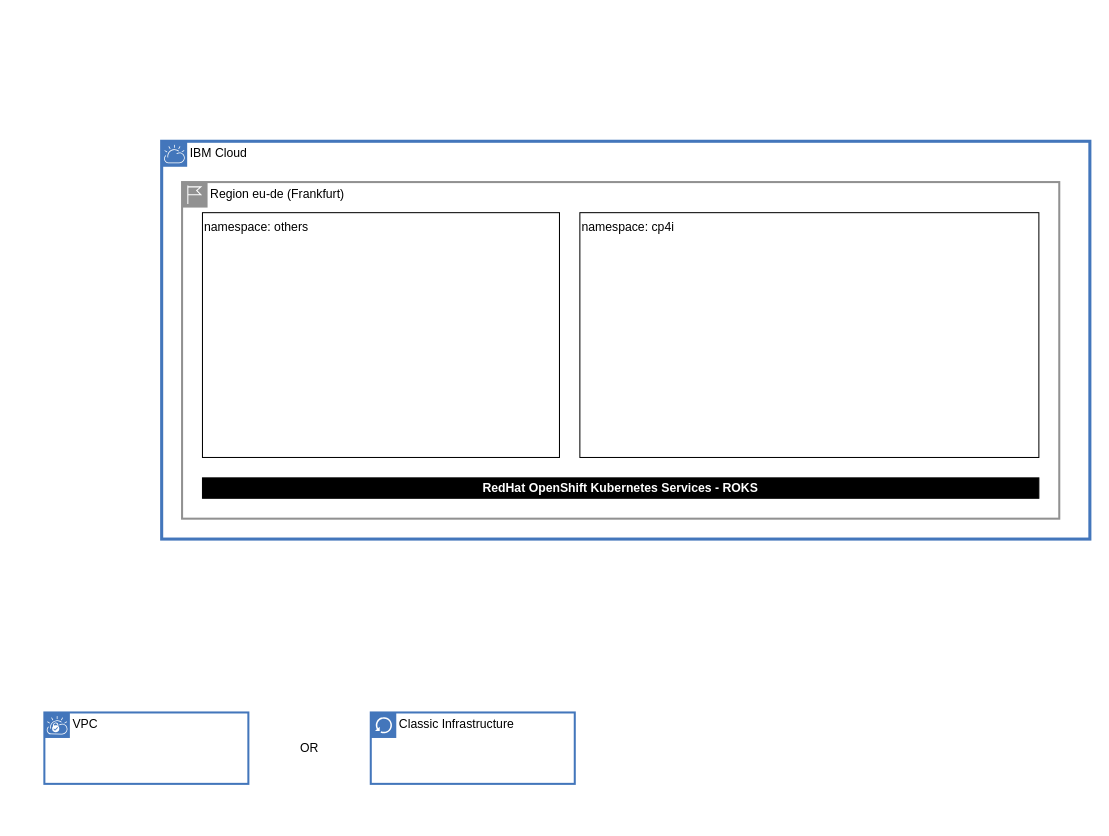
Above: page "Capabilities" (1 of 2) of doc/design.drawio in ADesprets/cp4i-install (draw.io), before the change. Source tidied: cells renumbered, new cells numbered last; positions are measured from the earlier drawing's top-left corner, leaving out a move shared by most shapes. Both pictures are drawn from the tidied source at 102%, with x=0, y=0 at pixel (44, 141).
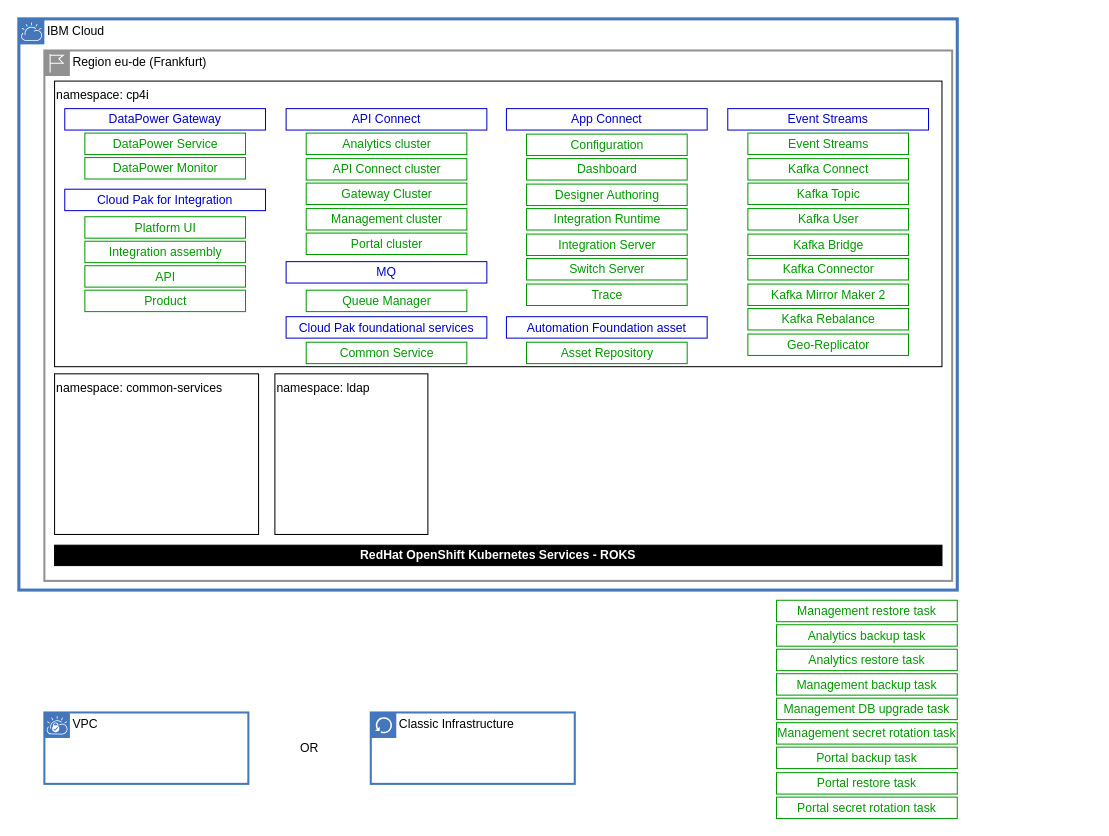
The same page after the edit.

Diff of the diagram source:
```diff
@@
     <mxCell id="2" value="IBM Cloud" style="shape=mxgraph.ibm.box;prType=cloud;fontStyle=0;verticalAlign=top;align=left;spacingLeft=32;spacingTop=4;fillColor=none;rounded=0;whiteSpace=wrap;html=1;strokeColor=#4376BB;strokeWidth=3;dashed=0;spacing=-4;" parent="1" vertex="1">
-      <mxGeometry x="115" width="910" height="390" as="geometry" />
+      <mxGeometry x="-25" y="-120" width="920" height="560" as="geometry" />
     </mxCell>
     <mxCell id="3" value="Region eu-de (Frankfurt)" style="shape=mxgraph.ibm.box;prType=region;fontStyle=0;verticalAlign=top;align=left;spacingLeft=32;spacingTop=4;fillColor=none;rounded=0;whiteSpace=wrap;html=1;strokeColor=#919191;strokeWidth=2;dashed=0;spacing=-4;" parent="2" vertex="1">
-      <mxGeometry x="20" y="40" width="860" height="330" as="geometry" />
+      <mxGeometry x="25" y="31" width="890" height="520" as="geometry" />
     </mxCell>
     <mxCell id="4" value="RedHat OpenShift Kubernetes Services - ROKS" style="rounded=0;whiteSpace=wrap;html=1;fillColor=#000000;fontColor=#FFFFFF;fontStyle=1;" parent="3" vertex="1">
-      <mxGeometry x="20" y="290" width="820" height="20" as="geometry" />
+      <mxGeometry x="10" y="485" width="870" height="20" as="geometry" />
     </mxCell>
     <mxCell id="5" value="namespace: cp4i" style="rounded=0;whiteSpace=wrap;html=1;fontColor=#000000;fillColor=#FFFFFF;align=left;verticalAlign=top;" parent="3" vertex="1">
-      <mxGeometry x="390" y="30" width="450" height="240" as="geometry" />
+      <mxGeometry x="10" y="30" width="870" height="280" as="geometry" />
     </mxCell>
-    <mxCell id="6" value="namespace: others" style="rounded=0;whiteSpace=wrap;html=1;fontColor=#000000;fillColor=#FFFFFF;align=left;verticalAlign=top;" parent="3" vertex="1">
-      <mxGeometry x="20" y="30" width="350" height="240" as="geometry" />
+    <mxCell id="6" value="namespace: ldap" style="rounded=0;whiteSpace=wrap;html=1;fontColor=#000000;fillColor=#FFFFFF;align=left;verticalAlign=top;" parent="3" vertex="1">
+      <mxGeometry x="226" y="317" width="150" height="157.5" as="geometry" />
     </mxCell>
+    <mxCell id="10" value="namespace: common-services" style="rounded=0;whiteSpace=wrap;html=1;fontColor=#000000;fillColor=#FFFFFF;align=left;verticalAlign=top;" parent="3" vertex="1">
+      <mxGeometry x="10" y="317" width="200" height="157.5" as="geometry" />
+    </mxCell>
+    <mxCell id="11" value="DataPower Service" style="rounded=0;whiteSpace=wrap;html=1;fillColor=#FFFFFF;strokeColor=#009900;fontColor=#009900;" parent="3" vertex="1">
+      <mxGeometry x="39.7" y="81" width="157.5" height="21" as="geometry" />
+    </mxCell>
+    <mxCell id="12" value="DataPower Monitor" style="rounded=0;whiteSpace=wrap;html=1;fillColor=#FFFFFF;strokeColor=#009900;fontColor=#009900;" parent="3" vertex="1">
+      <mxGeometry x="39.7" y="105" width="157.5" height="21" as="geometry" />
+    </mxCell>
+    <mxCell id="13" value="Event Streams" style="rounded=0;whiteSpace=wrap;html=1;fillColor=#FFFFFF;strokeColor=#0000CC;fontColor=#0000CC;" parent="3" vertex="1">
+      <mxGeometry x="670" y="57" width="196.8" height="21" as="geometry" />
+    </mxCell>
+    <mxCell id="14" value="Analytics cluster" style="rounded=0;whiteSpace=wrap;html=1;fillColor=#FFFFFF;strokeColor=#009900;fontColor=#009900;" parent="3" vertex="1">
+      <mxGeometry x="256.7" y="81" width="157.5" height="21" as="geometry" />
+    </mxCell>
+    <mxCell id="15" value="API Connect cluster" style="rounded=0;whiteSpace=wrap;html=1;fillColor=#FFFFFF;strokeColor=#009900;fontColor=#009900;" parent="3" vertex="1">
+      <mxGeometry x="256.7" y="106" width="157.5" height="21" as="geometry" />
+    </mxCell>
+    <mxCell id="16" value="Gateway Cluster" style="rounded=0;whiteSpace=wrap;html=1;fillColor=#FFFFFF;strokeColor=#009900;fontColor=#009900;" parent="3" vertex="1">
+      <mxGeometry x="256.7" y="130" width="157.5" height="21" as="geometry" />
+    </mxCell>
+    <mxCell id="17" value="Management cluster" style="rounded=0;whiteSpace=wrap;html=1;fillColor=#FFFFFF;strokeColor=#009900;fontColor=#009900;" parent="3" vertex="1">
+      <mxGeometry x="256.7" y="155" width="157.5" height="21" as="geometry" />
+    </mxCell>
+    <mxCell id="18" value="Portal cluster" style="rounded=0;whiteSpace=wrap;html=1;fillColor=#FFFFFF;strokeColor=#009900;fontColor=#009900;" parent="3" vertex="1">
+      <mxGeometry x="256.7" y="179" width="157.5" height="21" as="geometry" />
+    </mxCell>
+    <mxCell id="19" value="Automation Foundation asset" style="rounded=0;whiteSpace=wrap;html=1;fillColor=#FFFFFF;strokeColor=#0000CC;fontColor=#0000CC;" parent="3" vertex="1">
+      <mxGeometry x="453" y="261" width="196.8" height="21" as="geometry" />
+    </mxCell>
+    <mxCell id="20" value="Configuration" style="rounded=0;whiteSpace=wrap;html=1;fillColor=#FFFFFF;strokeColor=#009900;fontColor=#009900;" parent="3" vertex="1">
+      <mxGeometry x="472.7" y="82" width="157.5" height="21" as="geometry" />
+    </mxCell>
+    <mxCell id="21" value="Dashboard" style="rounded=0;whiteSpace=wrap;html=1;fillColor=#FFFFFF;strokeColor=#009900;fontColor=#009900;" parent="3" vertex="1">
+      <mxGeometry x="472.7" y="106" width="157.5" height="21" as="geometry" />
+    </mxCell>
+    <mxCell id="22" value="Designer Authoring" style="rounded=0;whiteSpace=wrap;html=1;fillColor=#FFFFFF;strokeColor=#009900;fontColor=#009900;" parent="3" vertex="1">
+      <mxGeometry x="472.7" y="131" width="157.5" height="21" as="geometry" />
+    </mxCell>
+    <mxCell id="23" value="Integration Runtime" style="rounded=0;whiteSpace=wrap;html=1;fillColor=#FFFFFF;strokeColor=#009900;fontColor=#009900;" parent="3" vertex="1">
+      <mxGeometry x="472.7" y="155" width="157.5" height="21" as="geometry" />
+    </mxCell>
+    <mxCell id="24" value="Integration Server" style="rounded=0;whiteSpace=wrap;html=1;fillColor=#FFFFFF;strokeColor=#009900;fontColor=#009900;" parent="3" vertex="1">
+      <mxGeometry x="472.7" y="180" width="157.5" height="21" as="geometry" />
+    </mxCell>
+    <mxCell id="25" value="Switch Server" style="rounded=0;whiteSpace=wrap;html=1;fillColor=#FFFFFF;strokeColor=#009900;fontColor=#009900;" parent="3" vertex="1">
+      <mxGeometry x="472.7" y="204" width="157.5" height="21" as="geometry" />
+    </mxCell>
+    <mxCell id="26" value="Trace" style="rounded=0;whiteSpace=wrap;html=1;fillColor=#FFFFFF;strokeColor=#009900;fontColor=#009900;" parent="3" vertex="1">
+      <mxGeometry x="472.7" y="229" width="157.5" height="21" as="geometry" />
+    </mxCell>
+    <mxCell id="27" value="Common Service" style="rounded=0;whiteSpace=wrap;html=1;fillColor=#FFFFFF;strokeColor=#009900;fontColor=#009900;" parent="3" vertex="1">
+      <mxGeometry x="256.7" y="286" width="157.5" height="21" as="geometry" />
+    </mxCell>
+    <mxCell id="28" value="&lt;span style=&quot;font-family: Helvetica; font-size: 12px; font-style: normal; font-variant-ligatures: normal; font-variant-caps: normal; font-weight: 400; letter-spacing: normal; orphans: 2; text-align: center; text-indent: 0px; text-transform: none; widows: 2; word-spacing: 0px; -webkit-text-stroke-width: 0px; background-color: rgb(251, 251, 251); text-decoration-thickness: initial; text-decoration-style: initial; text-decoration-color: initial; float: none; display: inline !important;&quot;&gt;DataPower Gateway&lt;/span&gt;" style="rounded=0;whiteSpace=wrap;html=1;fillColor=#FFFFFF;strokeColor=#0000CC;fontColor=#0000CC;" parent="3" vertex="1">
+      <mxGeometry x="20" y="57" width="196.8" height="21" as="geometry" />
+    </mxCell>
+    <mxCell id="29" value="API Connect" style="rounded=0;whiteSpace=wrap;html=1;fillColor=#FFFFFF;strokeColor=#0000CC;fontColor=#0000CC;" parent="3" vertex="1">
+      <mxGeometry x="237" y="57" width="196.8" height="21" as="geometry" />
+    </mxCell>
+    <mxCell id="30" value="App Connect" style="rounded=0;whiteSpace=wrap;html=1;fillColor=#FFFFFF;strokeColor=#0000CC;fontColor=#0000CC;" parent="3" vertex="1">
+      <mxGeometry x="453" y="57" width="196.8" height="21" as="geometry" />
+    </mxCell>
+    <mxCell id="31" value="Cloud Pak foundational services" style="rounded=0;whiteSpace=wrap;html=1;fillColor=#FFFFFF;strokeColor=#0000CC;fontColor=#0000CC;" parent="3" vertex="1">
+      <mxGeometry x="237" y="261" width="196.8" height="21" as="geometry" />
+    </mxCell>
+    <mxCell id="32" value="Cloud Pak for Integration" style="rounded=0;whiteSpace=wrap;html=1;fillColor=#FFFFFF;strokeColor=#0000CC;fontColor=#0000CC;" parent="3" vertex="1">
+      <mxGeometry x="20" y="136" width="196.8" height="21" as="geometry" />
+    </mxCell>
+    <mxCell id="33" value="MQ" style="rounded=0;whiteSpace=wrap;html=1;fillColor=#FFFFFF;strokeColor=#0000CC;fontColor=#0000CC;" parent="3" vertex="1">
+      <mxGeometry x="237" y="207" width="196.8" height="21" as="geometry" />
+    </mxCell>
+    <mxCell id="34" value="Event Streams" style="rounded=0;whiteSpace=wrap;html=1;fillColor=#FFFFFF;strokeColor=#009900;fontColor=#009900;" parent="3" vertex="1">
+      <mxGeometry x="689.7" y="81" width="157.5" height="21" as="geometry" />
+    </mxCell>
+    <mxCell id="35" value="Kafka Connect" style="rounded=0;whiteSpace=wrap;html=1;fillColor=#FFFFFF;strokeColor=#009900;fontColor=#009900;" parent="3" vertex="1">
+      <mxGeometry x="689.7" y="106" width="157.5" height="21" as="geometry" />
+    </mxCell>
+    <mxCell id="36" value="Kafka Topic" style="rounded=0;whiteSpace=wrap;html=1;fillColor=#FFFFFF;strokeColor=#009900;fontColor=#009900;" parent="3" vertex="1">
+      <mxGeometry x="689.7" y="130" width="157.5" height="21" as="geometry" />
+    </mxCell>
+    <mxCell id="37" value="Kafka User" style="rounded=0;whiteSpace=wrap;html=1;fillColor=#FFFFFF;strokeColor=#009900;fontColor=#009900;" parent="3" vertex="1">
+      <mxGeometry x="689.7" y="155" width="157.5" height="21" as="geometry" />
+    </mxCell>
+    <mxCell id="38" value="Kafka Bridge" style="rounded=0;whiteSpace=wrap;html=1;fillColor=#FFFFFF;strokeColor=#009900;fontColor=#009900;" parent="3" vertex="1">
+      <mxGeometry x="689.7" y="180" width="157.5" height="21" as="geometry" />
+    </mxCell>
+    <mxCell id="39" value="Kafka Connector" style="rounded=0;whiteSpace=wrap;html=1;fillColor=#FFFFFF;strokeColor=#009900;fontColor=#009900;" parent="3" vertex="1">
+      <mxGeometry x="689.7" y="204" width="157.5" height="21" as="geometry" />
+    </mxCell>
+    <mxCell id="40" value="Kafka Mirror Maker 2" style="rounded=0;whiteSpace=wrap;html=1;fillColor=#FFFFFF;strokeColor=#009900;fontColor=#009900;" parent="3" vertex="1">
+      <mxGeometry x="689.7" y="229" width="157.5" height="21" as="geometry" />
+    </mxCell>
+    <mxCell id="41" value="Kafka Rebalance" style="rounded=0;whiteSpace=wrap;html=1;fillColor=#FFFFFF;strokeColor=#009900;fontColor=#009900;" parent="3" vertex="1">
+      <mxGeometry x="689.7" y="253" width="157.5" height="21" as="geometry" />
+    </mxCell>
+    <mxCell id="42" value="Geo-Replicator" style="rounded=0;whiteSpace=wrap;html=1;fillColor=#FFFFFF;strokeColor=#009900;fontColor=#009900;" parent="3" vertex="1">
+      <mxGeometry x="689.7" y="278" width="157.5" height="21" as="geometry" />
+    </mxCell>
+    <mxCell id="43" value="Asset Repository" style="rounded=0;whiteSpace=wrap;html=1;fillColor=#FFFFFF;strokeColor=#009900;fontColor=#009900;" parent="3" vertex="1">
+      <mxGeometry x="472.7" y="286" width="157.5" height="21" as="geometry" />
+    </mxCell>
+    <mxCell id="44" value="Platform UI" style="rounded=0;whiteSpace=wrap;html=1;fillColor=#FFFFFF;strokeColor=#009900;fontColor=#009900;" parent="3" vertex="1">
+      <mxGeometry x="39.7" y="163" width="157.5" height="21" as="geometry" />
+    </mxCell>
+    <mxCell id="45" value="Integration assembly" style="rounded=0;whiteSpace=wrap;html=1;fillColor=#FFFFFF;strokeColor=#009900;fontColor=#009900;" parent="3" vertex="1">
+      <mxGeometry x="39.7" y="187" width="157.5" height="21" as="geometry" />
+    </mxCell>
+    <mxCell id="46" value="API" style="rounded=0;whiteSpace=wrap;html=1;fillColor=#FFFFFF;strokeColor=#009900;fontColor=#009900;" parent="3" vertex="1">
+      <mxGeometry x="39.7" y="211" width="157.5" height="21" as="geometry" />
+    </mxCell>
+    <mxCell id="47" value="Product" style="rounded=0;whiteSpace=wrap;html=1;fillColor=#FFFFFF;strokeColor=#009900;fontColor=#009900;" parent="3" vertex="1">
+      <mxGeometry x="39.7" y="235" width="157.5" height="21" as="geometry" />
+    </mxCell>
+    <mxCell id="48" value="Queue Manager" style="rounded=0;whiteSpace=wrap;html=1;fillColor=#FFFFFF;strokeColor=#009900;fontColor=#009900;" parent="3" vertex="1">
+      <mxGeometry x="256.7" y="235" width="157.5" height="21" as="geometry" />
+    </mxCell>
@@
+    <mxCell id="49" value="Management restore task" style="rounded=0;whiteSpace=wrap;html=1;fillColor=#FFFFFF;strokeColor=#009900;fontColor=#009900;" parent="1" vertex="1">
+      <mxGeometry x="717.8" y="450" width="177.2" height="21" as="geometry" />
+    </mxCell>
+    <mxCell id="50" value="Analytics backup task" style="rounded=0;whiteSpace=wrap;html=1;fillColor=#FFFFFF;strokeColor=#009900;fontColor=#009900;" parent="1" vertex="1">
+      <mxGeometry x="717.8" y="474" width="177.2" height="21" as="geometry" />
+    </mxCell>
+    <mxCell id="51" value="Analytics restore task" style="rounded=0;whiteSpace=wrap;html=1;fillColor=#FFFFFF;strokeColor=#009900;fontColor=#009900;" parent="1" vertex="1">
+      <mxGeometry x="717.8" y="498" width="177.2" height="21" as="geometry" />
+    </mxCell>
+    <mxCell id="52" value="Management backup task" style="rounded=0;whiteSpace=wrap;html=1;fillColor=#FFFFFF;strokeColor=#009900;fontColor=#009900;" parent="1" vertex="1">
+      <mxGeometry x="717.8" y="522" width="177.2" height="21" as="geometry" />
+    </mxCell>
+    <mxCell id="53" value="Management DB upgrade task" style="rounded=0;whiteSpace=wrap;html=1;fillColor=#FFFFFF;strokeColor=#009900;fontColor=#009900;" parent="1" vertex="1">
+      <mxGeometry x="717.8" y="546" width="177.2" height="21" as="geometry" />
+    </mxCell>
+    <mxCell id="54" value="Management secret rotation task" style="rounded=0;whiteSpace=wrap;html=1;fillColor=#FFFFFF;strokeColor=#009900;fontColor=#009900;" parent="1" vertex="1">
+      <mxGeometry x="717.8" y="570" width="177.2" height="21" as="geometry" />
+    </mxCell>
+    <mxCell id="55" value="Portal backup task" style="rounded=0;whiteSpace=wrap;html=1;fillColor=#FFFFFF;strokeColor=#009900;fontColor=#009900;" parent="1" vertex="1">
+      <mxGeometry x="717.8" y="594" width="177.2" height="21" as="geometry" />
+    </mxCell>
+    <mxCell id="56" value="Portal restore task" style="rounded=0;whiteSpace=wrap;html=1;fillColor=#FFFFFF;strokeColor=#009900;fontColor=#009900;" parent="1" vertex="1">
+      <mxGeometry x="717.8" y="619" width="177.2" height="21" as="geometry" />
+    </mxCell>
+    <mxCell id="57" value="Portal secret rotation task" style="rounded=0;whiteSpace=wrap;html=1;fillColor=#FFFFFF;strokeColor=#009900;fontColor=#009900;" parent="1" vertex="1">
+      <mxGeometry x="717.8" y="643" width="177.2" height="21" as="geometry" />
+    </mxCell>
```
